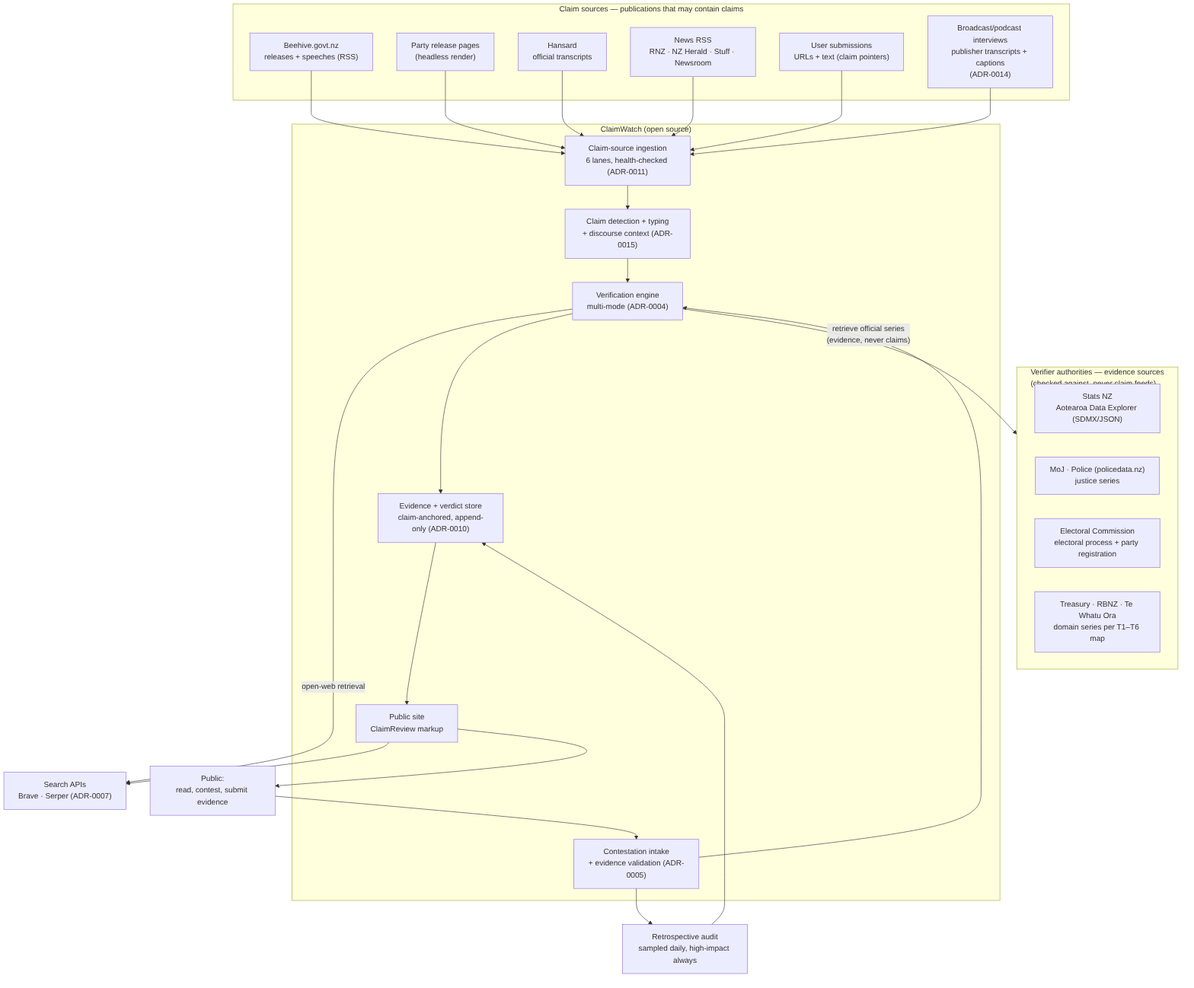
This is docs/diagrams/system-context.png from bradleyscott/claimwatch-nz, a Mermaid export, as it was before one commit. Its source is kept beside it as docs/diagrams/system-context.mmd.
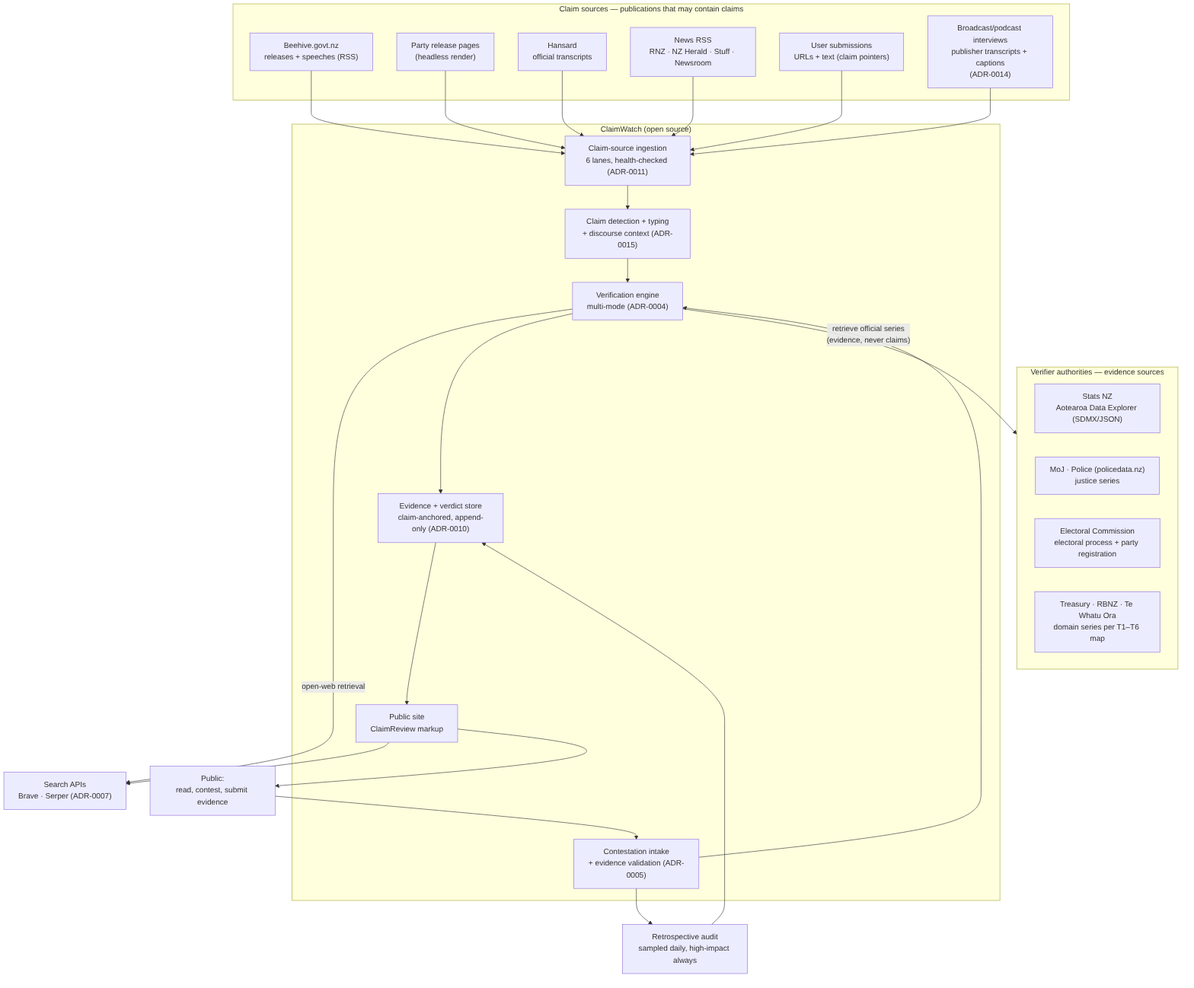
After the commit.

Commit message:
docs: verify-authority distinction — diagram + architecture + source-taxonomy aligned

What changed in the source:
```diff
@@ -8,7 +8,7 @@
         BCAST["Broadcast/podcast interviews<br/>publisher transcripts + captions<br/>(ADR-0014)"]
     end
 
-    subgraph AUTHORITIES["Verifier authorities — evidence sources<br/>(checked against, never claim feeds)"]
+    subgraph AUTHORITIES["Verifier authorities — evidence sources"]
         STATS["Stats NZ<br/>Aotearoa Data Explorer (SDMX/JSON)"]
         MOJ["MoJ · Police (policedata.nz)<br/>justice series"]
         ELECTORAL["Electoral Commission<br/>electoral process + party registration"]
```
